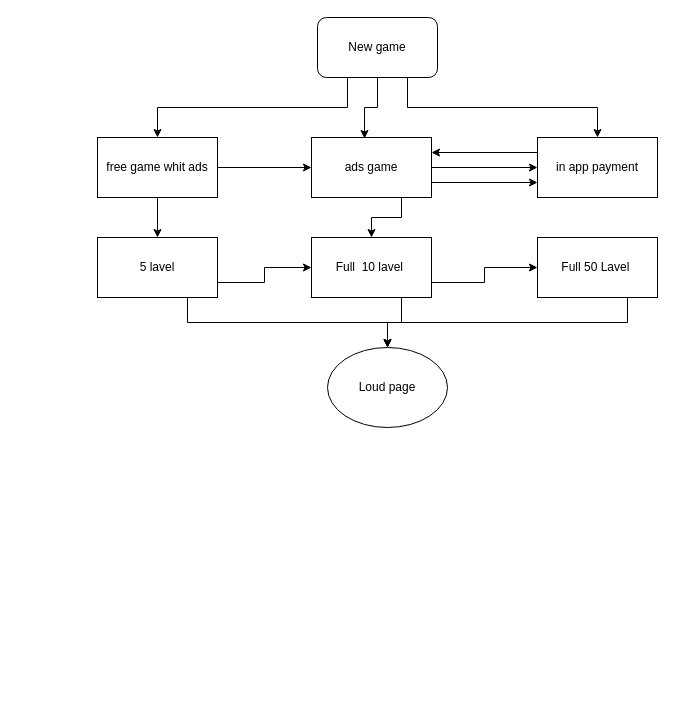
Earlier version of the draw.io diagram Untitled Diagram.drawio (beyazcreative/Library). Source tidied: cells renumbered, new cells numbered last; positions are measured from the earlier drawing's top-left corner, leaving out a move shared by most shapes. Both pictures are drawn from the tidied source at 100%, with x=0, y=0 at pixel (97, 17).
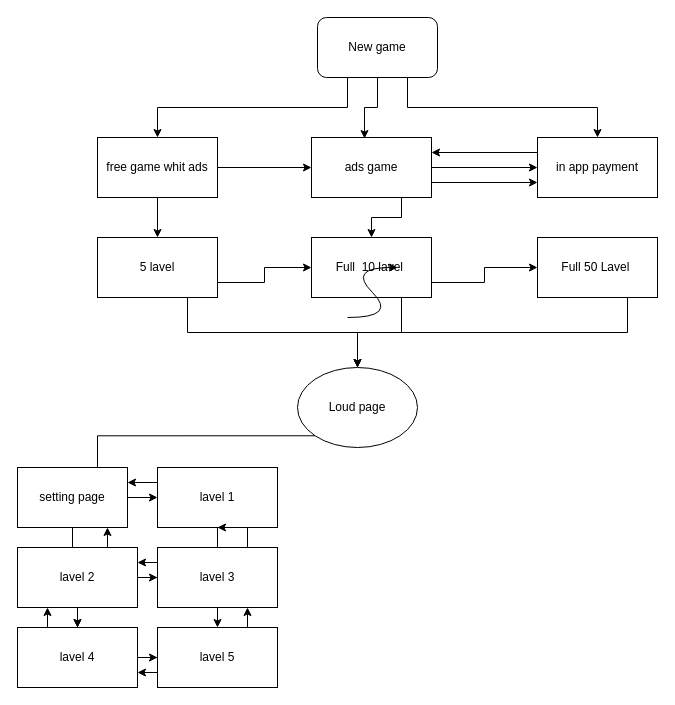
The same page after the edit.

What changed in the source:
```diff
@@
+    <mxCell id="24" style="edgeStyle=orthogonalEdgeStyle;rounded=0;jettySize=auto;html=1;exitX=0;exitY=1;exitDx=0;exitDy=0;entryX=0.5;entryY=0;entryDx=0;entryDy=0;" parent="1" edge="1" source="23" target="27">
+      <mxGeometry relative="1" as="geometry">
+        <Array as="points">
+          <mxPoint y="418" />
+          <mxPoint y="490" />
+        </Array>
+      </mxGeometry>
+    </mxCell>
     <mxCell id="23" value="Loud page" style="ellipse;whiteSpace=wrap;html=1;" parent="1" vertex="1">
-      <mxGeometry x="230" y="330" width="120" height="80" as="geometry" />
+      <mxGeometry x="200" y="350" width="120" height="80" as="geometry" />
     </mxCell>
+    <mxCell id="25" style="edgeStyle=orthogonalEdgeStyle;rounded=0;jettySize=auto;html=1;" parent="1" edge="1" source="27" target="30">
+      <mxGeometry relative="1" as="geometry" />
+    </mxCell>
+    <mxCell id="26" style="edgeStyle=orthogonalEdgeStyle;rounded=0;jettySize=auto;html=1;" parent="1" edge="1" source="27" target="40">
+      <mxGeometry relative="1" as="geometry" />
+    </mxCell>
+    <mxCell id="27" value="setting page" style="rounded=0;whiteSpace=wrap;html=1;" parent="1" vertex="1">
+      <mxGeometry x="-80" y="450" width="110" height="60" as="geometry" />
+    </mxCell>
+    <mxCell id="28" style="edgeStyle=orthogonalEdgeStyle;rounded=0;jettySize=auto;html=1;" parent="1" edge="1" source="30" target="43">
+      <mxGeometry relative="1" as="geometry" />
+    </mxCell>
+    <mxCell id="29" style="edgeStyle=orthogonalEdgeStyle;rounded=0;jettySize=auto;html=1;exitX=0;exitY=0.25;exitDx=0;exitDy=0;entryX=1;entryY=0.25;entryDx=0;entryDy=0;" parent="1" edge="1" source="30" target="27">
+      <mxGeometry relative="1" as="geometry" />
+    </mxCell>
+    <mxCell id="30" value="lavel 1" style="rounded=0;whiteSpace=wrap;html=1;" parent="1" vertex="1">
+      <mxGeometry x="60" y="450" width="120" height="60" as="geometry" />
+    </mxCell>
+    <mxCell id="31" style="edgeStyle=orthogonalEdgeStyle;rounded=0;jettySize=auto;html=1;" parent="1" edge="1" source="34" target="37">
+      <mxGeometry relative="1" as="geometry" />
+    </mxCell>
+    <mxCell id="32" style="edgeStyle=orthogonalEdgeStyle;rounded=0;jettySize=auto;html=1;" parent="1" edge="1" source="34" target="40">
+      <mxGeometry relative="1" as="geometry" />
+    </mxCell>
+    <mxCell id="33" style="edgeStyle=orthogonalEdgeStyle;rounded=0;jettySize=auto;html=1;exitX=0.75;exitY=0;exitDx=0;exitDy=0;entryX=0.818;entryY=1;entryDx=0;entryDy=0;entryPerimeter=0;" parent="1" edge="1" source="34" target="27">
+      <mxGeometry relative="1" as="geometry" />
+    </mxCell>
+    <mxCell id="34" value="lavel 2" style="rounded=0;whiteSpace=wrap;html=1;" parent="1" vertex="1">
+      <mxGeometry x="-80" y="530" width="120" height="60" as="geometry" />
+    </mxCell>
+    <mxCell id="35" style="edgeStyle=orthogonalEdgeStyle;rounded=0;jettySize=auto;html=1;exitX=0;exitY=0.25;exitDx=0;exitDy=0;entryX=1;entryY=0.25;entryDx=0;entryDy=0;" parent="1" edge="1" source="37" target="34">
+      <mxGeometry relative="1" as="geometry" />
+    </mxCell>
+    <mxCell id="36" style="edgeStyle=orthogonalEdgeStyle;rounded=0;jettySize=auto;html=1;exitX=0.75;exitY=0;exitDx=0;exitDy=0;" parent="1" edge="1" source="37" target="30">
+      <mxGeometry relative="1" as="geometry" />
+    </mxCell>
+    <mxCell id="37" value="lavel 3" style="rounded=0;whiteSpace=wrap;html=1;" parent="1" vertex="1">
+      <mxGeometry x="60" y="530" width="120" height="60" as="geometry" />
+    </mxCell>
+    <mxCell id="38" style="edgeStyle=orthogonalEdgeStyle;rounded=0;jettySize=auto;html=1;" parent="1" edge="1" source="40" target="43">
+      <mxGeometry relative="1" as="geometry" />
+    </mxCell>
+    <mxCell id="39" style="edgeStyle=orthogonalEdgeStyle;rounded=0;jettySize=auto;html=1;exitX=0.25;exitY=0;exitDx=0;exitDy=0;entryX=0.25;entryY=1;entryDx=0;entryDy=0;" parent="1" edge="1" source="40" target="34">
+      <mxGeometry relative="1" as="geometry" />
+    </mxCell>
+    <mxCell id="40" value="lavel 4" style="rounded=0;whiteSpace=wrap;html=1;" parent="1" vertex="1">
+      <mxGeometry x="-80" y="610" width="120" height="60" as="geometry" />
+    </mxCell>
+    <mxCell id="41" style="edgeStyle=orthogonalEdgeStyle;rounded=0;jettySize=auto;html=1;exitX=0.75;exitY=0;exitDx=0;exitDy=0;entryX=0.75;entryY=1;entryDx=0;entryDy=0;" parent="1" edge="1" source="43" target="37">
+      <mxGeometry relative="1" as="geometry" />
+    </mxCell>
+    <mxCell id="42" style="edgeStyle=orthogonalEdgeStyle;rounded=0;jettySize=auto;html=1;exitX=0;exitY=0.75;exitDx=0;exitDy=0;entryX=1;entryY=0.75;entryDx=0;entryDy=0;" parent="1" edge="1" source="43" target="40">
+      <mxGeometry relative="1" as="geometry" />
+    </mxCell>
+    <mxCell id="43" value="lavel 5" style="rounded=0;whiteSpace=wrap;html=1;" parent="1" vertex="1">
+      <mxGeometry x="60" y="610" width="120" height="60" as="geometry" />
+    </mxCell>
+    <mxCell id="44" style="curved=1;endArrow=classic;html=1;" parent="1" edge="1">
+      <mxGeometry relative="1" as="geometry">
+        <mxPoint x="250" y="300" as="sourcePoint" />
+        <mxPoint x="300" y="250" as="targetPoint" />
+        <Array as="points">
+          <mxPoint x="300" y="300" />
+          <mxPoint x="250" y="250" />
+        </Array>
+      </mxGeometry>
+    </mxCell>
```
